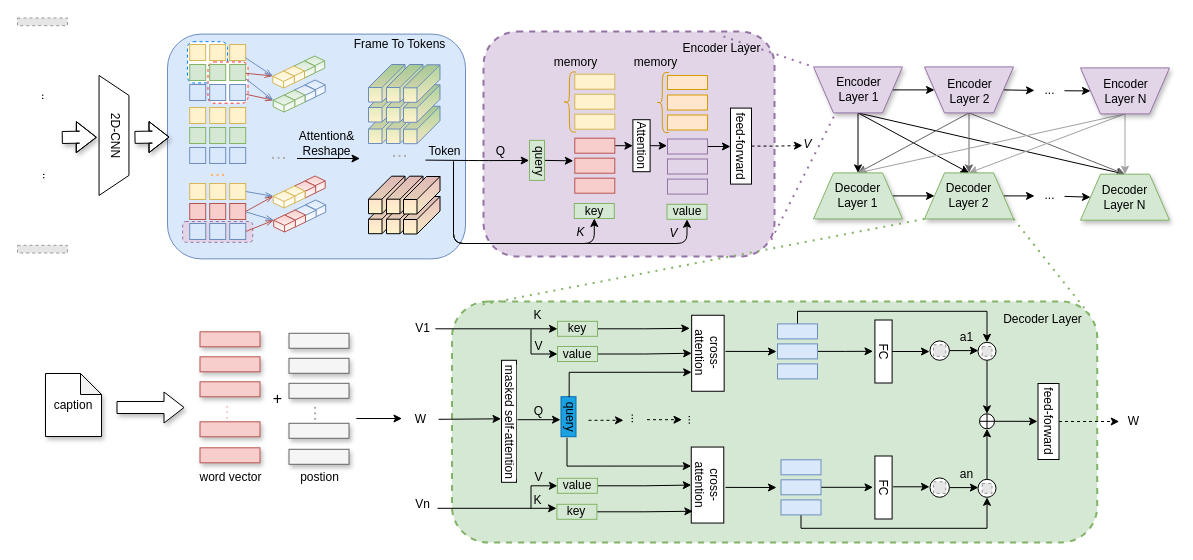
Before: page "Page-1" (1 of 3) of 毕设.drawio in jerry-ww/pcbvr, a draw.io diagram. Source tidied: cells renumbered, new cells numbered last; positions are measured from the earlier drawing's top-left corner, leaving out a move shared by most shapes. Both pictures are drawn from the tidied source at 100%, with x=0, y=0 at pixel (17, 18). Pictures stored in the file or linked from it are replaced by grey dashed boxes.
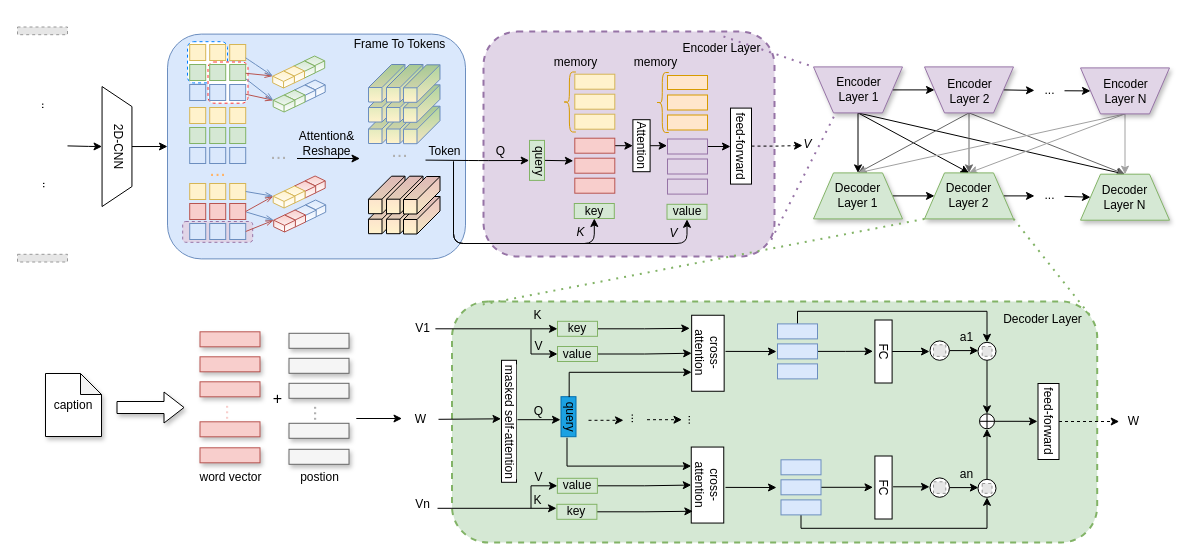
Above is the later version.

The change refers to these unchanged cells:
```xml
<mxCell id="4" style="rounded=1;whiteSpace=wrap;html=1;strokeWidth=1;fillColor=#dae8fc;strokeColor=#6c8ebf;direction=east;" parent="1" vertex="1">
  <mxGeometry x="150" y="15.6" width="298" height="224.8" as="geometry" />
</mxCell>
```

The edit, as a diff of the source:
```diff
@@
     <mxCell id="104" value=".." style="text;html=1;align=center;verticalAlign=middle;strokeColor=none;rotation=90;direction=east;" parent="1" vertex="1">
-      <mxGeometry x="19.5" y="67.8" width="20" height="20" as="geometry" />
+      <mxGeometry x="19.5" y="76.8" width="20" height="20" as="geometry" />
     </mxCell>
     <mxCell id="105" value=".." style="text;html=1;align=center;verticalAlign=middle;strokeColor=none;rotation=90;direction=east;" parent="1" vertex="1">
-      <mxGeometry x="19.5" y="147" width="20" height="20" as="geometry" />
+      <mxGeometry x="19.5" y="156" width="20" height="20" as="geometry" />
     </mxCell>
     <mxCell id="106" style="fillColor=#E6E6E6;strokeColor=#999999;dashed=1;verticalLabelPosition=bottom;labelBackgroundColor=#ffffff;verticalAlign=top;" parent="1" vertex="1">
-      <mxGeometry y="-0.5" width="50" height="7.7" as="geometry" />
+      <mxGeometry y="8.5" width="50" height="7.7" as="geometry" />
     </mxCell>
     <mxCell id="107" style="fillColor=#E6E6E6;strokeColor=#999999;dashed=1;verticalLabelPosition=bottom;labelBackgroundColor=#ffffff;verticalAlign=top;" parent="1" vertex="1">
-      <mxGeometry y="226.8" width="50" height="7.7" as="geometry" />
+      <mxGeometry y="235.8" width="50" height="7.7" as="geometry" />
     </mxCell>
@@
+    <mxCell id="246" style="edgeStyle=orthogonalEdgeStyle;rounded=0;jettySize=auto;html=1;exitX=0.5;exitY=0;exitDx=0;exitDy=0;entryX=0;entryY=0.5;entryDx=0;entryDy=0;" parent="1" edge="1" source="242" target="4">
+      <mxGeometry relative="1" as="geometry" />
+    </mxCell>
     <mxCell id="242" style="shape=trapezoid;perimeter=trapezoidPerimeter;whiteSpace=wrap;html=1;fixedSize=1;rotation=90;" parent="1" vertex="1">
-      <mxGeometry x="36.5" y="102" width="120" height="29.9" as="geometry" />
+      <mxGeometry x="39.5" y="113.1" width="120" height="29.9" as="geometry" />
     </mxCell>
     <mxCell id="243" value="2D-CNN" style="text;html=1;align=center;verticalAlign=middle;strokeColor=none;rotation=90;" parent="1" vertex="1">
-      <mxGeometry x="70.5" y="108" width="55" height="18" as="geometry" />
+      <mxGeometry x="73.5" y="119" width="55" height="18" as="geometry" />
     </mxCell>
-    <mxCell id="244" style="shape=flexArrow;html=1;shadow=1;endWidth=18;fontSize=12;fillColor=#ffffff;width=12;endSize=6.33;" parent="1" edge="1">
-      <mxGeometry relative="1" as="geometry">
-        <mxPoint x="44.3" y="119" as="sourcePoint" />
-        <mxPoint x="79.3" y="118.8" as="targetPoint" />
-        <Array as="points">
-          <mxPoint x="62" y="118.7" />
-        </Array>
-      </mxGeometry>
-    </mxCell>
-    <mxCell id="245" style="shape=flexArrow;html=1;shadow=1;endWidth=18;fontSize=12;fillColor=#ffffff;width=12;endSize=6.33;" parent="1" edge="1">
-      <mxGeometry relative="1" as="geometry">
-        <mxPoint x="117" y="118.9" as="sourcePoint" />
-        <mxPoint x="152" y="118.6" as="targetPoint" />
-        <Array as="points">
-          <mxPoint x="134.8" y="118.6" />
-        </Array>
-      </mxGeometry>
-    </mxCell>
+    <mxCell id="247" style="edgeStyle=orthogonalEdgeStyle;rounded=0;jettySize=auto;html=1;exitX=1;exitY=0.5;exitDx=0;exitDy=0;" parent="1" edge="1" target="242">
+      <mxGeometry relative="1" as="geometry">
+        <mxPoint x="50" y="127.4" as="sourcePoint" />
+      </mxGeometry>
+    </mxCell>
```
